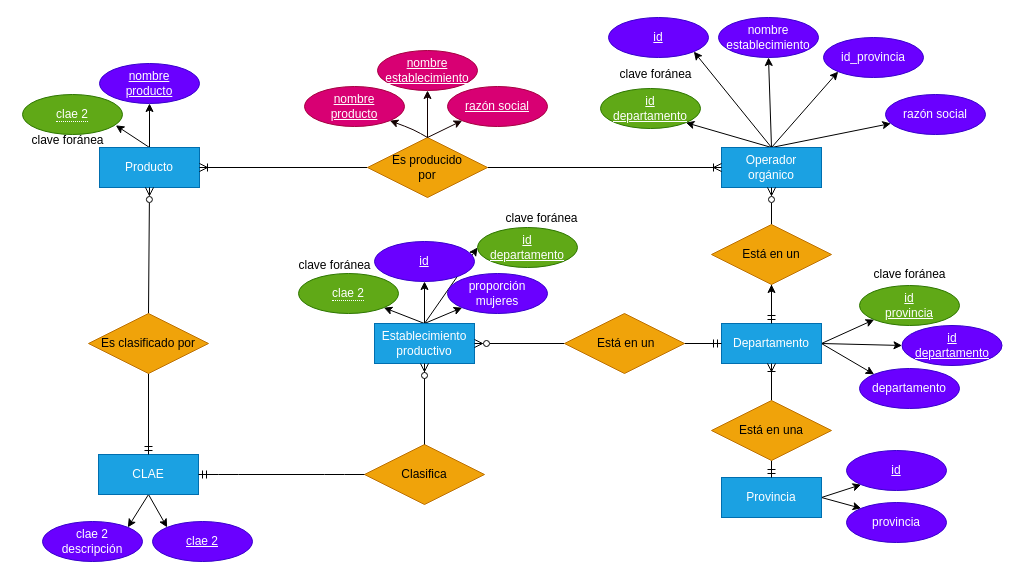
Earlier version of the draw.io diagram DER.drawio (MarioSigal/TPs-Laboratorio_de_Datos). Source tidied: cells renumbered, new cells numbered last; positions are measured from the earlier drawing's top-left corner, leaving out a move shared by most shapes. Both pictures are drawn from the tidied source at 100%, with x=0, y=0 at pixel (17, 17).
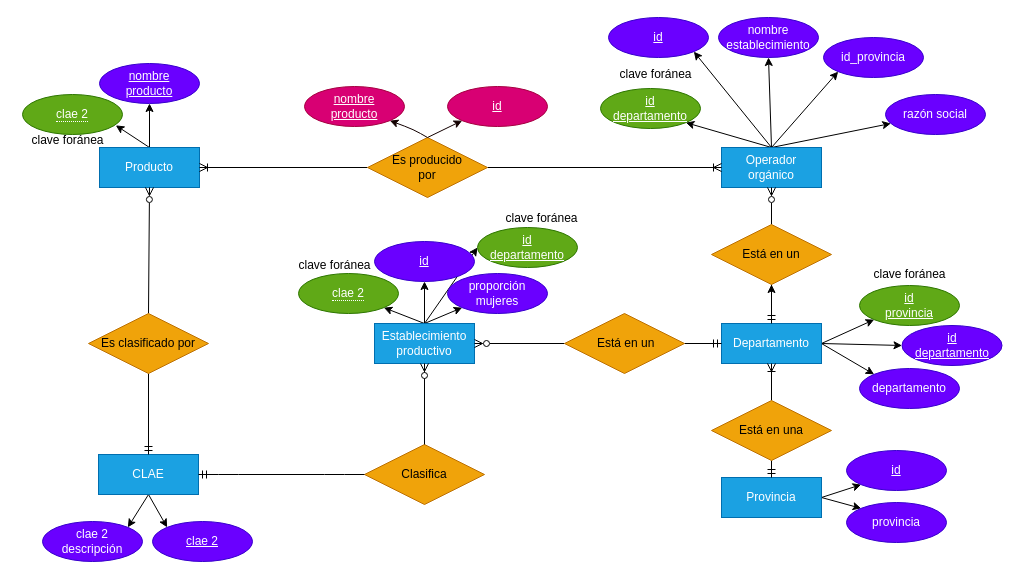
Above is the later version.

Unchanged cells that the change refers to:
```xml
<mxCell id="13" value="Es producido&lt;br&gt;por" style="shape=rhombus;perimeter=rhombusPerimeter;whiteSpace=wrap;html=1;align=center;fillColor=#f0a30a;fontColor=#000000;strokeColor=#BD7000;" parent="1" vertex="1">
  <mxGeometry x="350" y="120" width="120" height="60" as="geometry" />
</mxCell>
```

The edit, as a diff of the source:
```diff
@@
-    <mxCell id="64" value="&lt;span style=&quot;color: rgb(255, 255, 255);&quot;&gt;nombre&lt;/span&gt;&lt;br style=&quot;color: rgb(255, 255, 255);&quot;&gt;&lt;span style=&quot;color: rgb(255, 255, 255);&quot;&gt;establecimiento&lt;/span&gt;" style="ellipse;whiteSpace=wrap;html=1;align=center;fontStyle=4;fillColor=#d80073;fontColor=#ffffff;strokeColor=#A50040;" parent="1" vertex="1">
-      <mxGeometry x="360" y="33" width="100" height="40" as="geometry" />
-    </mxCell>
-    <mxCell id="65" value="&lt;span style=&quot;color: rgb(255, 255, 255);&quot;&gt;razón social&lt;/span&gt;" style="ellipse;whiteSpace=wrap;html=1;align=center;fontStyle=4;fillColor=#d80073;fontColor=#ffffff;strokeColor=#A50040;" parent="1" vertex="1">
+    <mxCell id="65" value="&lt;span style=&quot;color: rgb(255, 255, 255);&quot;&gt;id&lt;/span&gt;" style="ellipse;whiteSpace=wrap;html=1;align=center;fontStyle=4;fillColor=#d80073;fontColor=#ffffff;strokeColor=#A50040;" parent="1" vertex="1">
       <mxGeometry x="430" y="69" width="100" height="40" as="geometry" />
     </mxCell>
@@
-    <mxCell id="67" style="endArrow=classic;html=1;strokeColor=#120000;entryX=0.5;entryY=1;entryDx=0;entryDy=0;exitX=0.5;exitY=0;exitDx=0;exitDy=0;" parent="1" edge="1" source="13" target="64">
-      <mxGeometry relative="1" as="geometry" />
-    </mxCell>
```
